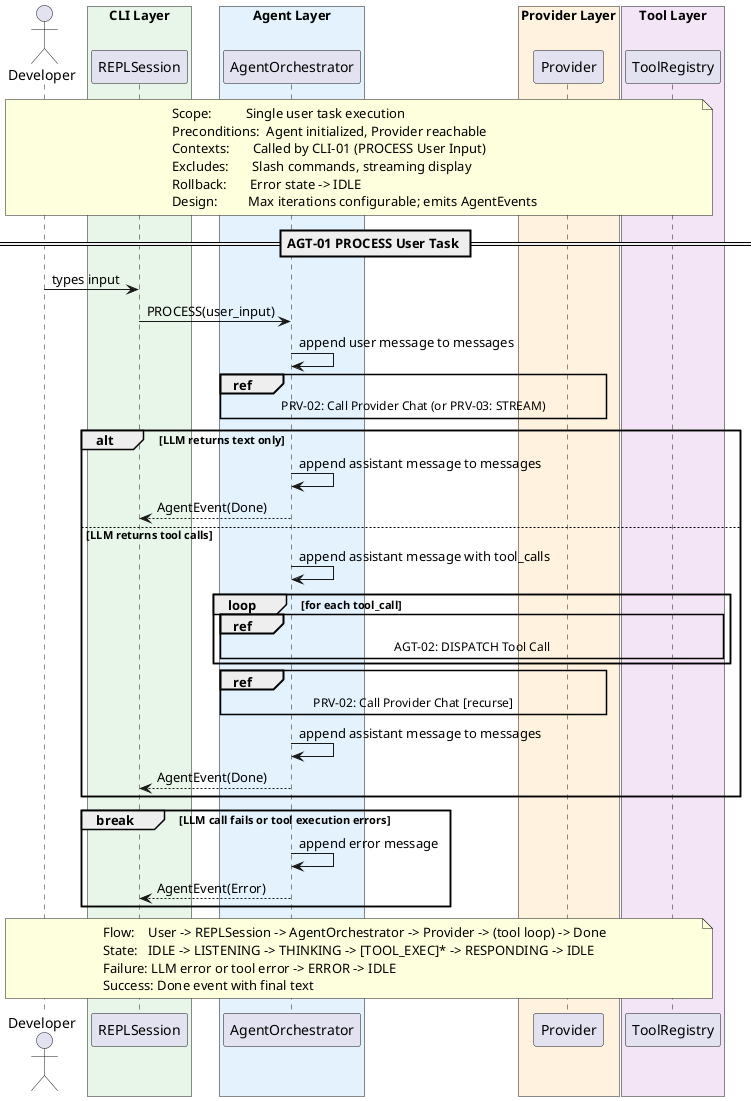
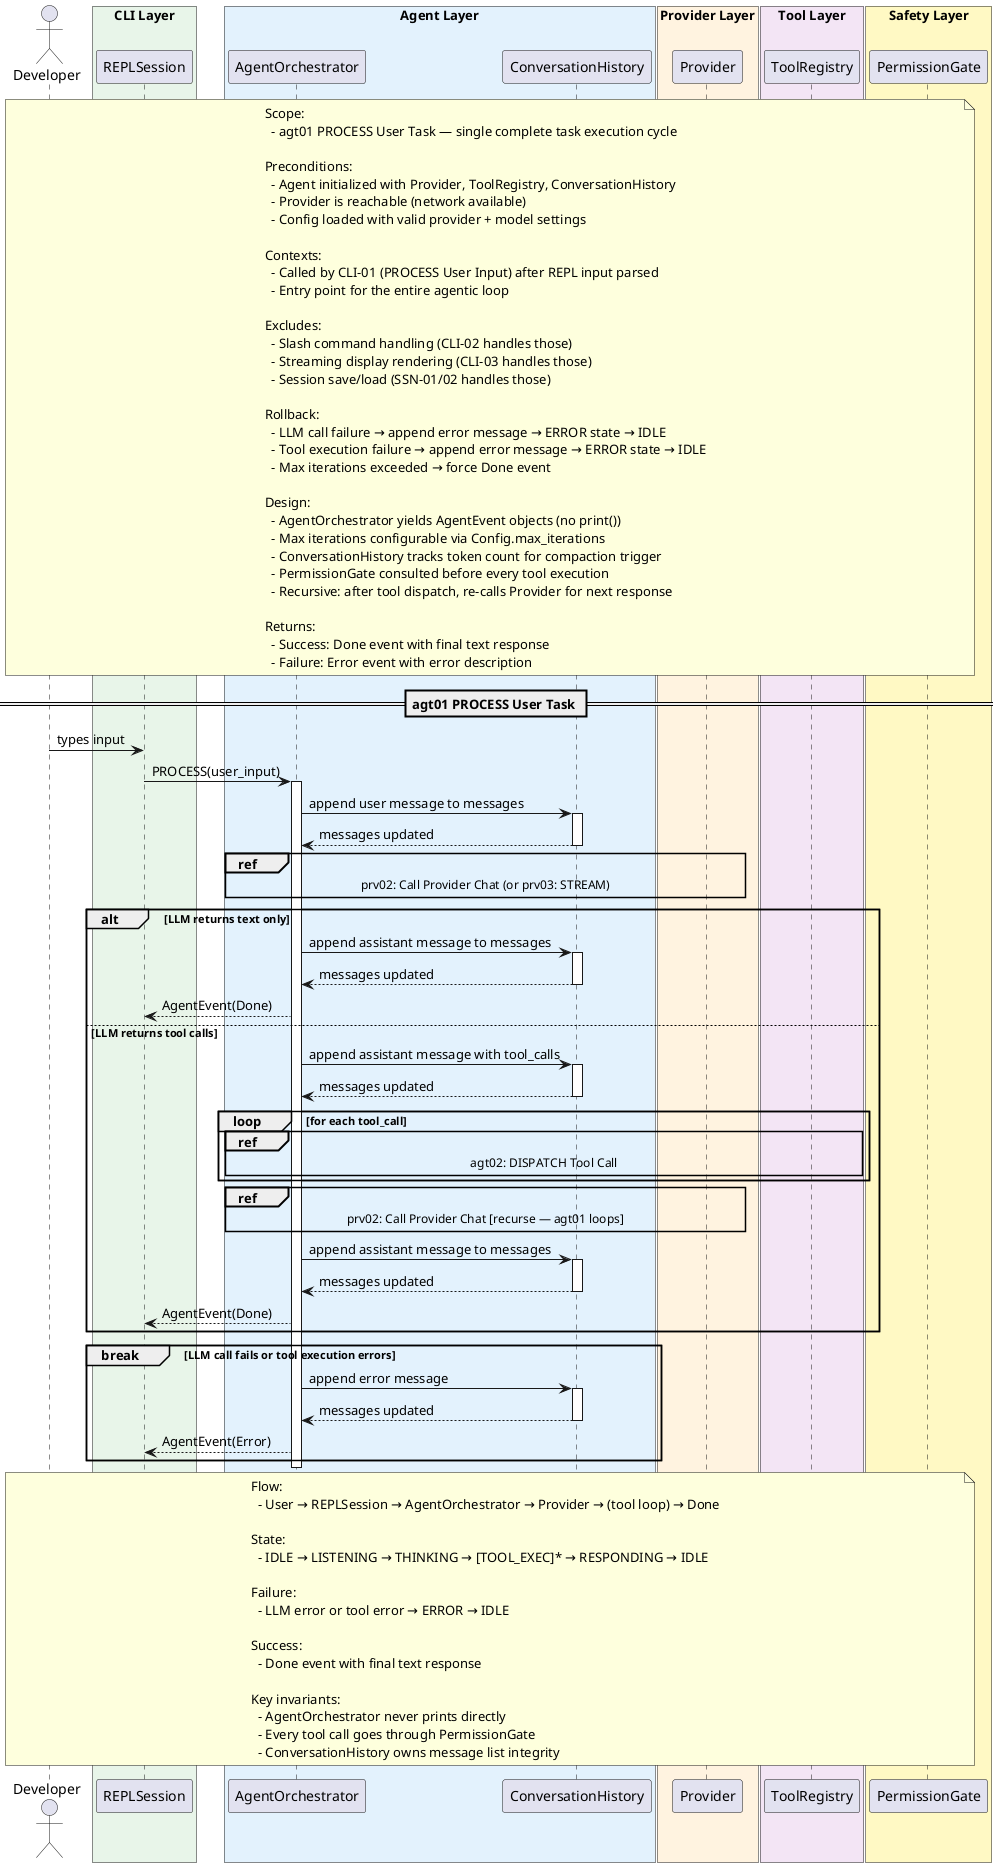
@startuml sq_agt01_execute_user_task
' ============================================================
' Title:     AGT-01 — PROCESS User Task
' Boundary:  nasim code agent CLI
' Purpose:   Core agentic loop: LLM call -> tool dispatch -> repeat
' Milestone: v1.0
' Version:   2.0.0
' Source:    docs/audit/audit_2026-06-20_capability-and-architecture.md
' Review:    —
' ============================================================

actor "Developer" as user

box "CLI Layer" #E8F5E9
  participant "REPLSession" as repl
end box
box "Agent Layer" #E3F2FD
  participant "AgentOrchestrator" as agent
+   participant "ConversationHistory" as history
end box
box "Provider Layer" #FFF3E0
  participant "Provider" as provider
end box
box "Tool Layer" #F3E5F5
  participant "ToolRegistry" as tool
end box
+ box "Safety Layer" #FFF9C4
+   participant "PermissionGate" as gate
+ end box

- note over user, tool
-   Scope:          Single user task execution
-   Preconditions:  Agent initialized, Provider reachable
-   Contexts:       Called by CLI-01 (PROCESS User Input)
-   Excludes:       Slash commands, streaming display
-   Rollback:       Error state -> IDLE
-   Design:         Max iterations configurable; emits AgentEvents
+ note over user, gate
+   Scope:
+     - agt01 PROCESS User Task — single complete task execution cycle
+ 
+   Preconditions:
+     - Agent initialized with Provider, ToolRegistry, ConversationHistory
+     - Provider is reachable (network available)
+     - Config loaded with valid provider + model settings
+ 
+   Contexts:
+     - Called by CLI-01 (PROCESS User Input) after REPL input parsed
+     - Entry point for the entire agentic loop
+ 
+   Excludes:
+     - Slash command handling (CLI-02 handles those)
+     - Streaming display rendering (CLI-03 handles those)
+     - Session save/load (SSN-01/02 handles those)
+ 
+   Rollback:
+     - LLM call failure → append error message → ERROR state → IDLE
+     - Tool execution failure → append error message → ERROR state → IDLE
+     - Max iterations exceeded → force Done event
+ 
+   Design:
+     - AgentOrchestrator yields AgentEvent objects (no print())
+     - Max iterations configurable via Config.max_iterations
+     - ConversationHistory tracks token count for compaction trigger
+     - PermissionGate consulted before every tool execution
+     - Recursive: after tool dispatch, re-calls Provider for next response
+ 
+   Returns:
+     - Success: Done event with final text response
+     - Failure: Error event with error description
end note

- == AGT-01 PROCESS User Task ==
+ == agt01 PROCESS User Task ==

user -> repl : types input
repl -> agent : PROCESS(user_input)
+ activate agent

- agent -> agent : append user message to messages
+ agent -> history : append user message to messages
+ activate history
+ history --> agent : messages updated
+ deactivate history
+ 
ref over agent, provider
-   PRV-02: Call Provider Chat (or PRV-03: STREAM)
+   prv02: Call Provider Chat (or prv03: STREAM)
end ref

alt LLM returns text only
-     agent -> agent : append assistant message to messages
+     agent -> history : append assistant message to messages
+     activate history
+     history --> agent : messages updated
+     deactivate history
    agent --> repl : AgentEvent(Done)
else LLM returns tool calls
-     agent -> agent : append assistant message with tool_calls
+     agent -> history : append assistant message with tool_calls
+     activate history
+     history --> agent : messages updated
+     deactivate history
    loop for each tool_call
        ref over agent, tool
-           AGT-02: DISPATCH Tool Call
+           agt02: DISPATCH Tool Call
        end ref
    end
    ref over agent, provider
-       PRV-02: Call Provider Chat [recurse]
+       prv02: Call Provider Chat [recurse — agt01 loops]
    end ref
-     agent -> agent : append assistant message to messages
+     agent -> history : append assistant message to messages
+     activate history
+     history --> agent : messages updated
+     deactivate history
    agent --> repl : AgentEvent(Done)
end

break LLM call fails or tool execution errors
-     agent -> agent : append error message
+     agent -> history : append error message
+     activate history
+     history --> agent : messages updated
+     deactivate history
    agent --> repl : AgentEvent(Error)
end

- note over user, tool
-   Flow:    User -> REPLSession -> AgentOrchestrator -> Provider -> (tool loop) -> Done
-   State:   IDLE -> LISTENING -> THINKING -> [TOOL_EXEC]* -> RESPONDING -> IDLE
-   Failure: LLM error or tool error -> ERROR -> IDLE
-   Success: Done event with final text
+ deactivate agent
+ 
+ note over user, gate
+   Flow:
+     - User → REPLSession → AgentOrchestrator → Provider → (tool loop) → Done
+ 
+   State:
+     - IDLE → LISTENING → THINKING → [TOOL_EXEC]* → RESPONDING → IDLE
+ 
+   Failure:
+     - LLM error or tool error → ERROR → IDLE
+ 
+   Success:
+     - Done event with final text response
+ 
+   Key invariants:
+     - AgentOrchestrator never prints directly
+     - Every tool call goes through PermissionGate
+     - ConversationHistory owns message list integrity
end note

@enduml
